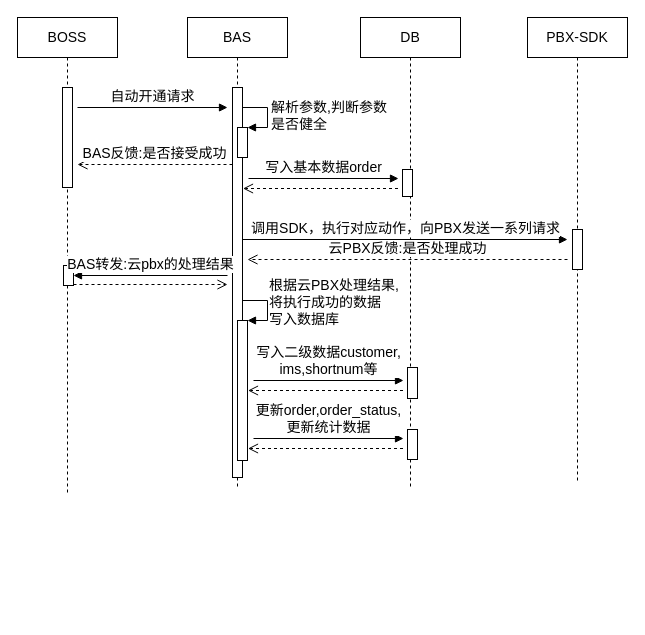
Before: page "sequence-common" (1 of 2) of BAS/BAS-Sichuan.drawio in waterwatermelon/graph, a draw.io diagram. Source tidied: cells renumbered, new cells numbered last; positions are measured from the earlier drawing's top-left corner, leaving out a move shared by most shapes. Both pictures are drawn from the tidied source at 100%, with x=0, y=0 at pixel (17, 17).
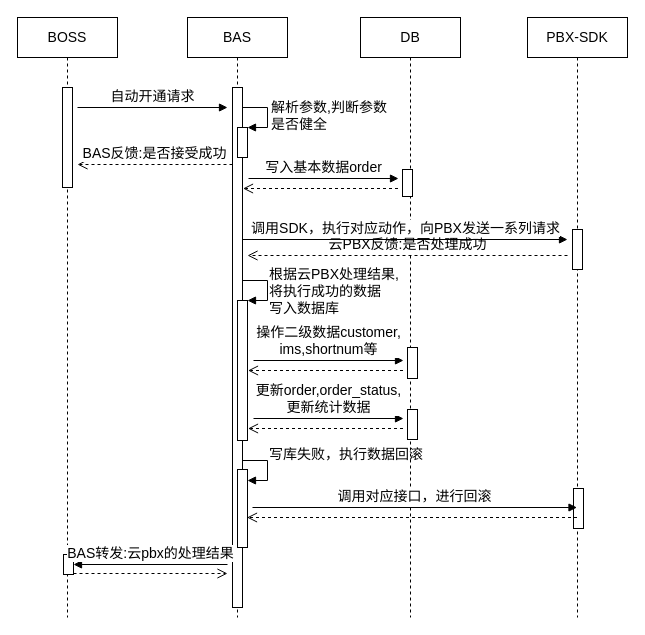
Above is the later version.

What changed in the source:
```diff
@@
     <mxCell id="2" value="BOSS" style="shape=umlLifeline;perimeter=lifelinePerimeter;whiteSpace=wrap;html=1;fontSize=14;" parent="1" vertex="1">
-      <mxGeometry width="100" height="475" as="geometry" />
+      <mxGeometry width="100" height="600" as="geometry" />
     </mxCell>
@@
     <mxCell id="4" value="BAS" style="shape=umlLifeline;perimeter=lifelinePerimeter;whiteSpace=wrap;html=1;fontSize=14;" parent="1" vertex="1">
-      <mxGeometry x="170" width="100" height="470" as="geometry" />
+      <mxGeometry x="170" width="100" height="600" as="geometry" />
     </mxCell>
     <mxCell id="5" style="html=1;perimeter=orthogonalPerimeter;fontSize=14;" parent="4" vertex="1">
-      <mxGeometry x="45" y="70" width="10" height="390" as="geometry" />
+      <mxGeometry x="45" y="70" width="10" height="520" as="geometry" />
     </mxCell>
     <mxCell id="6" value="DB" style="shape=umlLifeline;perimeter=lifelinePerimeter;whiteSpace=wrap;html=1;fontSize=14;" parent="1" vertex="1">
-      <mxGeometry x="343" width="100" height="470" as="geometry" />
+      <mxGeometry x="343" width="100" height="600" as="geometry" />
     </mxCell>
     <mxCell id="7" style="html=1;perimeter=orthogonalPerimeter;fontSize=14;" parent="6" vertex="1">
-      <mxGeometry x="47" y="350" width="10" height="31" as="geometry" />
+      <mxGeometry x="47" y="330" width="10" height="31" as="geometry" />
     </mxCell>
     <mxCell id="8" value="PBX-SDK" style="shape=umlLifeline;perimeter=lifelinePerimeter;whiteSpace=wrap;html=1;outlineConnect=0;fontSize=14;" parent="1" vertex="1">
-      <mxGeometry x="510" width="100" height="465" as="geometry" />
+      <mxGeometry x="510" width="100" height="600" as="geometry" />
     </mxCell>
@@
+    <mxCell id="30" style="html=1;perimeter=orthogonalPerimeter;fontSize=14;" parent="8" vertex="1">
+      <mxGeometry x="46" y="471" width="10" height="40" as="geometry" />
+    </mxCell>
@@
     <mxCell id="14" value="云PBX反馈:是否处理成功" style="html=1;verticalAlign=bottom;endArrow=open;dashed=1;endSize=8;fontSize=14;" parent="1" edge="1">
       <mxGeometry relative="1" as="geometry">
-        <mxPoint x="550" y="242" as="sourcePoint" />
-        <mxPoint x="230" y="242" as="targetPoint" />
+        <mxPoint x="550" y="238" as="sourcePoint" />
+        <mxPoint x="230" y="238" as="targetPoint" />
       </mxGeometry>
     </mxCell>
@@
     <mxCell id="16" style="html=1;points=[];perimeter=orthogonalPerimeter;fontSize=14;" parent="1" vertex="1">
-      <mxGeometry x="46" y="248" width="10" height="20" as="geometry" />
+      <mxGeometry x="46" y="537" width="10" height="20" as="geometry" />
     </mxCell>
     <mxCell id="17" value="BAS转发:云pbx的处理结果" style="html=1;verticalAlign=bottom;endArrow=block;entryX=1;entryY=0;fontSize=14;" parent="1" edge="1">
       <mxGeometry relative="1" as="geometry">
-        <mxPoint x="210" y="258" as="sourcePoint" />
-        <mxPoint x="56" y="258" as="targetPoint" />
+        <mxPoint x="210" y="547" as="sourcePoint" />
+        <mxPoint x="56" y="547" as="targetPoint" />
       </mxGeometry>
     </mxCell>
     <mxCell id="18" style="html=1;verticalAlign=bottom;endArrow=open;dashed=1;endSize=8;exitX=1;exitY=0.95;fontSize=14;" parent="1" edge="1" source="16">
       <mxGeometry relative="1" as="geometry">
-        <mxPoint x="210" y="267" as="targetPoint" />
+        <mxPoint x="210" y="556" as="targetPoint" />
       </mxGeometry>
     </mxCell>
     <mxCell id="19" style="html=1;points=[];perimeter=orthogonalPerimeter;fontSize=14;" parent="1" vertex="1">
-      <mxGeometry x="220" y="303" width="10" height="140" as="geometry" />
+      <mxGeometry x="220" y="283" width="10" height="140" as="geometry" />
     </mxCell>
     <mxCell id="20" style="edgeStyle=orthogonalEdgeStyle;html=1;align=left;spacingLeft=2;endArrow=block;rounded=0;entryX=1;entryY=0;fontSize=14;" parent="1" edge="1" target="19">
       <mxGeometry relative="1" as="geometry">
-        <mxPoint x="225" y="283" as="sourcePoint" />
+        <mxPoint x="225" y="263" as="sourcePoint" />
         <Array as="points">
-          <mxPoint x="250" y="283" />
+          <mxPoint x="250" y="263" />
         </Array>
       </mxGeometry>
     </mxCell>
-    <mxCell id="21" value="写入二级数据customer,&lt;br&gt;ims,shortnum等" style="html=1;verticalAlign=bottom;endArrow=block;fontSize=14;" parent="1" edge="1">
+    <mxCell id="21" value="操作二级数据customer,&lt;br&gt;ims,shortnum等" style="html=1;verticalAlign=bottom;endArrow=block;fontSize=14;" parent="1" edge="1">
       <mxGeometry relative="1" as="geometry">
-        <mxPoint x="236" y="363" as="sourcePoint" />
-        <mxPoint x="386" y="363" as="targetPoint" />
+        <mxPoint x="236" y="343" as="sourcePoint" />
+        <mxPoint x="386" y="343" as="targetPoint" />
       </mxGeometry>
     </mxCell>
     <mxCell id="22" style="html=1;verticalAlign=bottom;endArrow=open;dashed=1;endSize=8;fontSize=14;" parent="1" edge="1">
       <mxGeometry relative="1" as="geometry">
-        <mxPoint x="385.5" y="373" as="sourcePoint" />
-        <mxPoint x="230.5" y="373" as="targetPoint" />
+        <mxPoint x="385.5" y="353" as="sourcePoint" />
+        <mxPoint x="230.5" y="353" as="targetPoint" />
       </mxGeometry>
     </mxCell>
     <mxCell id="23" value="根据云PBX处理结果,&lt;br&gt;将执行成功的数据&lt;br&gt;写入数据库" style="text;html=1;fontSize=14;" parent="1" vertex="1">
-      <mxGeometry x="250" y="253" width="130" height="30" as="geometry" />
+      <mxGeometry x="250" y="242" width="130" height="30" as="geometry" />
     </mxCell>
     <mxCell id="24" style="html=1;perimeter=orthogonalPerimeter;fontSize=14;" parent="1" vertex="1">
-      <mxGeometry x="390" y="412" width="10" height="30" as="geometry" />
+      <mxGeometry x="390" y="392" width="10" height="30" as="geometry" />
     </mxCell>
     <mxCell id="25" value="更新order,order_status,&lt;br&gt;更新统计数据" style="html=1;verticalAlign=bottom;endArrow=block;fontSize=14;" parent="1" edge="1">
       <mxGeometry relative="1" as="geometry">
-        <mxPoint x="236" y="421" as="sourcePoint" />
-        <mxPoint x="386" y="421" as="targetPoint" />
+        <mxPoint x="236" y="401" as="sourcePoint" />
+        <mxPoint x="386" y="401" as="targetPoint" />
       </mxGeometry>
     </mxCell>
     <mxCell id="26" style="html=1;verticalAlign=bottom;endArrow=open;dashed=1;endSize=8;fontSize=14;" parent="1" edge="1">
       <mxGeometry relative="1" as="geometry">
-        <mxPoint x="385.5" y="431" as="sourcePoint" />
-        <mxPoint x="230.5" y="431" as="targetPoint" />
+        <mxPoint x="385.5" y="411" as="sourcePoint" />
+        <mxPoint x="230.5" y="411" as="targetPoint" />
       </mxGeometry>
     </mxCell>
@@
+    <mxCell id="31" style="edgeStyle=orthogonalEdgeStyle;html=1;align=left;spacingLeft=2;endArrow=block;rounded=0;entryX=1;entryY=0;fontSize=14;" parent="1" edge="1">
+      <mxGeometry relative="1" as="geometry">
+        <mxPoint x="225" y="443" as="sourcePoint" />
+        <mxPoint x="230" y="463" as="targetPoint" />
+        <Array as="points">
+          <mxPoint x="250" y="443" />
+        </Array>
+      </mxGeometry>
+    </mxCell>
+    <mxCell id="32" value="写库失败，执行数据回滚&lt;br&gt;" style="text;html=1;fontSize=14;" parent="1" vertex="1">
+      <mxGeometry x="250" y="422" width="130" height="30" as="geometry" />
+    </mxCell>
+    <mxCell id="33" style="html=1;perimeter=orthogonalPerimeter;fontSize=14;" parent="1" vertex="1">
+      <mxGeometry x="220" y="452" width="10" height="78" as="geometry" />
+    </mxCell>
+    <mxCell id="34" value="调用对应接口，进行回滚" style="html=1;verticalAlign=bottom;endArrow=block;fontSize=14;" parent="1" edge="1" target="8">
+      <mxGeometry relative="1" as="geometry">
+        <mxPoint x="235" y="490" as="sourcePoint" />
+      </mxGeometry>
+    </mxCell>
+    <mxCell id="35" style="html=1;verticalAlign=bottom;endArrow=open;dashed=1;endSize=8;fontSize=14;" parent="1" edge="1" source="8">
+      <mxGeometry relative="1" as="geometry">
+        <mxPoint x="229.5" y="500" as="targetPoint" />
+      </mxGeometry>
+    </mxCell>
```
